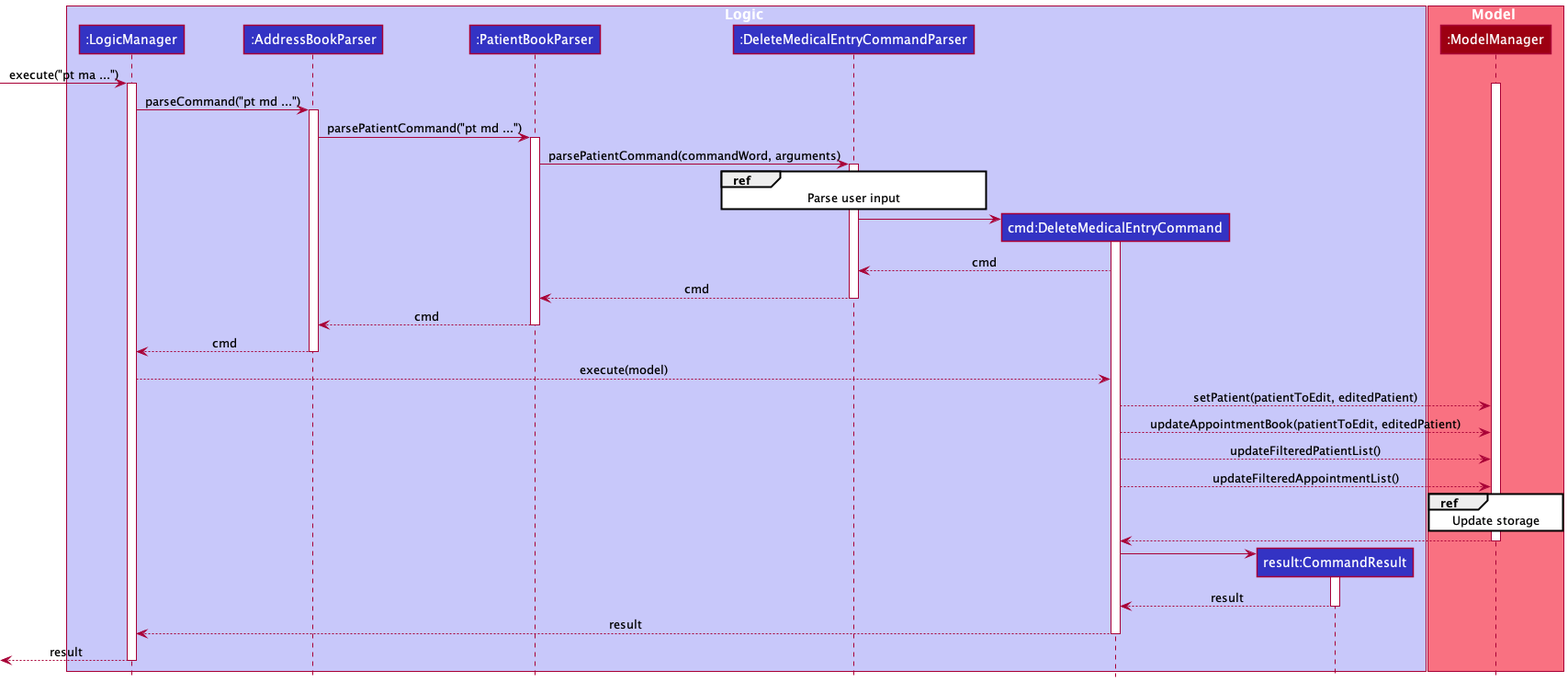
Before: docs/diagrams/DeleteMedicalEntryFeatureSequenceDiagram.png, a diagram exported from PlantUML (AY2122S1-CS2103-W14-1/tp).
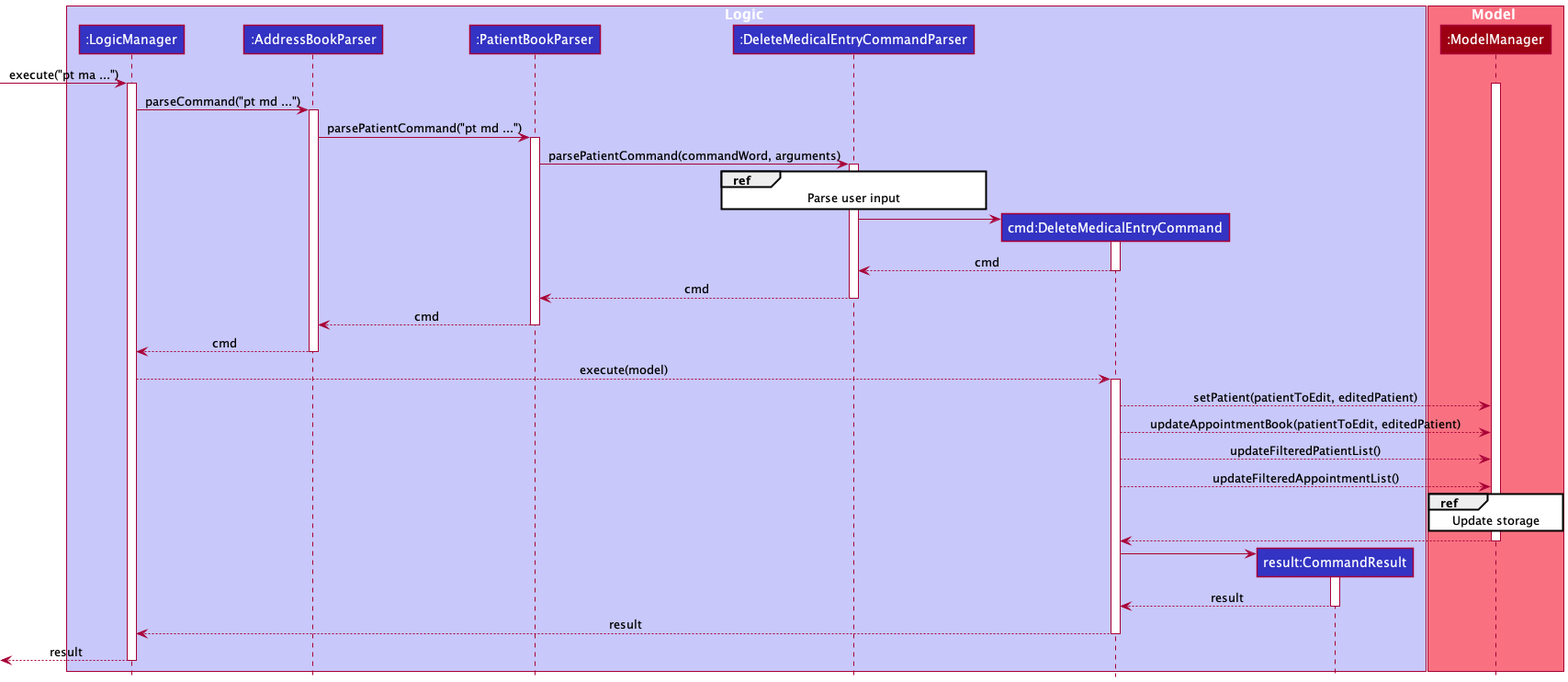
After the commit.

Commit message:
Update sequence diagrams

Diff of the diagram source:
```diff
@@ -35,6 +35,7 @@
 activate DeleteMedicalEntryCommand
 
 DeleteMedicalEntryCommand --> DeleteMedicalEntryCommandParser : cmd
+deactivate DeleteMedicalEntryCommand
 DeleteMedicalEntryCommandParser --> PatientBookParser : cmd
 deactivate DeleteMedicalEntryCommandParser
 PatientBookParser --> AddressBookParser : cmd
@@ -42,7 +43,7 @@
 AddressBookParser --> LogicManager : cmd
 deactivate AddressBookParser
 LogicManager --> DeleteMedicalEntryCommand : execute(model)
-
+activate DeleteMedicalEntryCommand
 
 DeleteMedicalEntryCommand --> ModelManager : setPatient(patientToEdit, editedPatient)
 DeleteMedicalEntryCommand --> ModelManager : updateAppointmentBook(patientToEdit, editedPatient)
```
